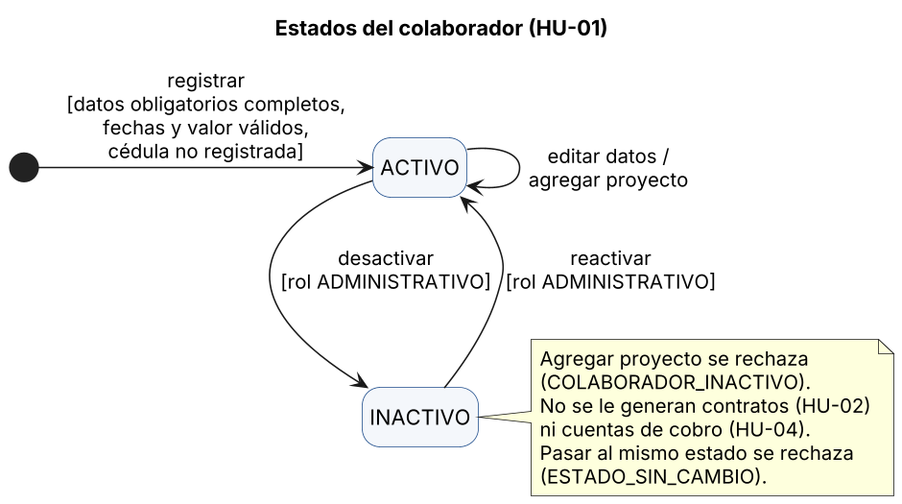
Before: docs/diagramas/rtf4/estados_colaborador.png, a diagram exported from PlantUML (Juanj15/criterdocs-and-people).
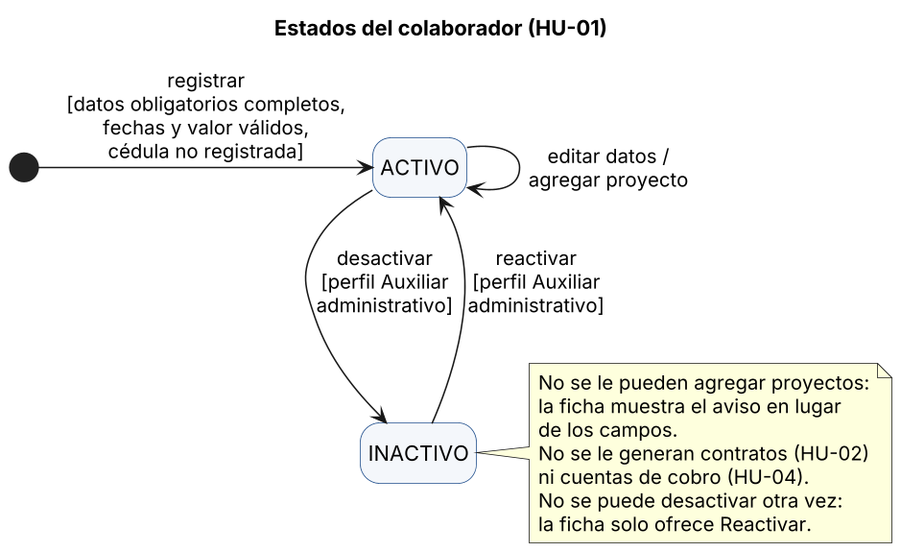
After the change.

Commit message:
docs: diagramas de la RTF4 coherentes con la ficha y el selector de perfil (CDP-39)

What changed in the source:
```diff
@@ -9,15 +9,16 @@
 }
 title Estados del colaborador (HU-01)
 [*] -right-> ACTIVO : registrar\n[datos obligatorios completos,\nfechas y valor válidos,\ncédula no registrada]
-ACTIVO -down-> INACTIVO : desactivar\n[rol ADMINISTRATIVO]
-INACTIVO -up-> ACTIVO : reactivar\n[rol ADMINISTRATIVO]
+ACTIVO -down-> INACTIVO : desactivar\n[perfil Auxiliar\nadministrativo]
+INACTIVO -up-> ACTIVO : reactivar\n[perfil Auxiliar\nadministrativo]
 ACTIVO -right-> ACTIVO : editar datos /\nagregar proyecto
 note right of INACTIVO
-  Agregar proyecto se rechaza
-  (COLABORADOR_INACTIVO).
+  No se le pueden agregar proyectos:
+  la ficha muestra el aviso en lugar
+  de los campos.
   No se le generan contratos (HU-02)
   ni cuentas de cobro (HU-04).
-  Pasar al mismo estado se rechaza
-  (ESTADO_SIN_CAMBIO).
+  No se puede desactivar otra vez:
+  la ficha solo ofrece Reactivar.
 end note
 @enduml
```
